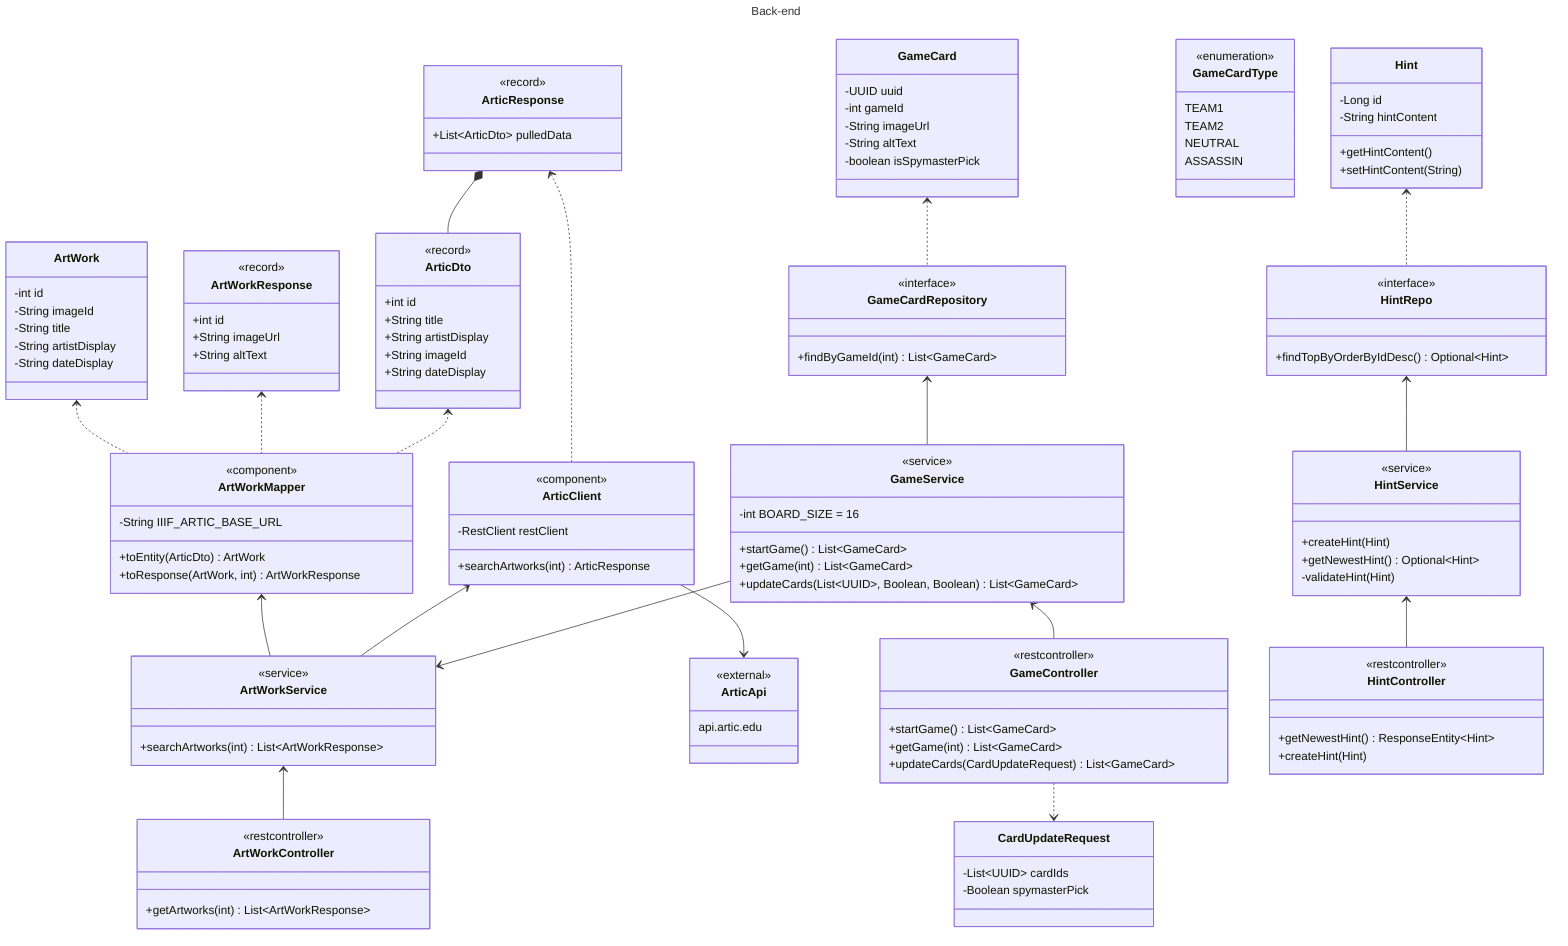
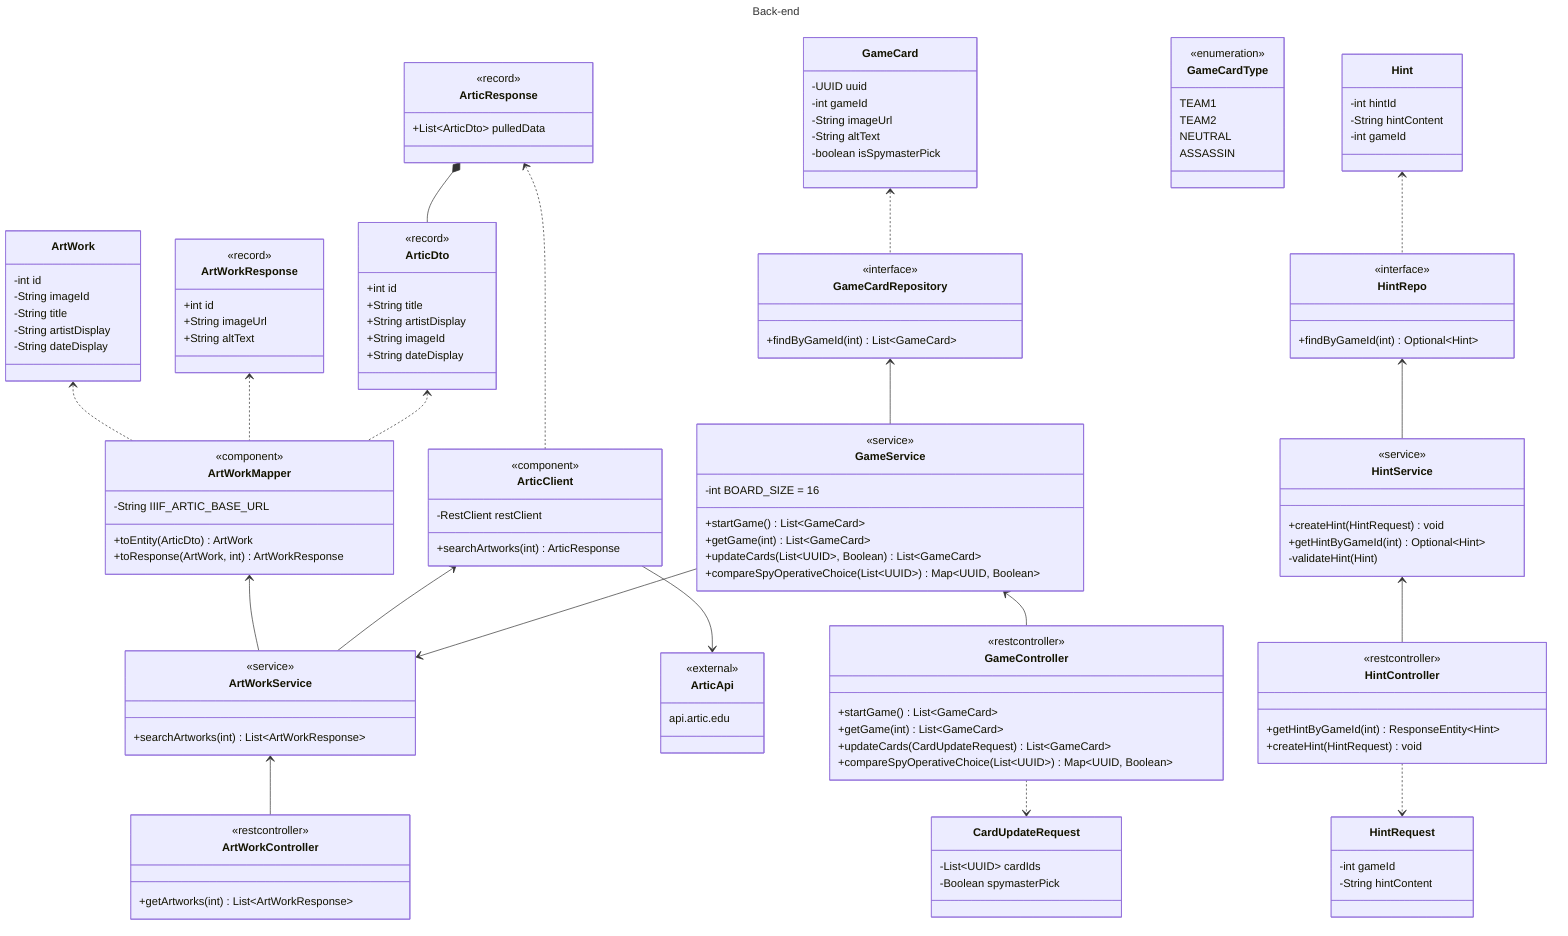
---
title: Back-end
---
classDiagram
-     %% Art package
+ %% Art package
    class ArtWork {
        -int id
        -String imageId
        -String title
        -String artistDisplay
        -String dateDisplay
    }

    class ArtWorkResponse {
        <<record>>
        +int id
        +String imageUrl
        +String altText
    }

    class ArticResponse {
        <<record>>
        +List~ArticDto~ pulledData
    }

    class ArticDto {
        <<record>>
        +int id
        +String title
        +String artistDisplay
        +String imageId
        +String dateDisplay
    }

    class ArtWorkMapper {
        <<component>>
        -String IIIF_ARTIC_BASE_URL
        +toEntity(ArticDto) ArtWork
        +toResponse(ArtWork, int) ArtWorkResponse
    }

    class ArtWorkService {
        <<service>>
        +searchArtworks(int) List~ArtWorkResponse~
    }

    class ArticClient {
        <<component>>
        -RestClient restClient
        +searchArtworks(int) ArticResponse
    }

    class ArticApi {
        <<external>>
        api.artic.edu
    }

    class ArtWorkController {
        <<restcontroller>>
        +getArtworks(int) List~ArtWorkResponse~
    }

    ArtWork <.. ArtWorkMapper
    ArtWorkResponse <.. ArtWorkMapper
    ArticResponse <.. ArticClient
    ArticResponse *-- ArticDto
    ArticDto <.. ArtWorkMapper
    ArtWorkMapper <-- ArtWorkService
    ArticClient <-- ArtWorkService
    ArtWorkService <-- ArtWorkController
    ArticClient --> ArticApi

-     %% Game package
+ %% Game package
    class GameCard {
        -UUID uuid
        -int gameId
        -String imageUrl
        -String altText
        -boolean isSpymasterPick
    }

    class GameCardType {
        <<enumeration>>
        TEAM1
        TEAM2
        NEUTRAL
        ASSASSIN
    }

- 
    class CardUpdateRequest {
        -List~UUID~ cardIds
        -Boolean spymasterPick
+     }
+ 
+     class HintRequest {
+         -int gameId
+         -String hintContent
    }

    class GameCardRepository {
        <<interface>>
        +findByGameId(int) List~GameCard~
    }

    class GameService {
        <<service>>
        -int BOARD_SIZE = 16
        +startGame() List~GameCard~
        +getGame(int) List~GameCard~
-         +updateCards(List~UUID~, Boolean, Boolean) List~GameCard~
+         +updateCards(List~UUID~, Boolean) List~GameCard~
+         +compareSpyOperativeChoice(List~UUID~) Map~UUID, Boolean~
    }

    class GameController {
        <<restcontroller>>
        +startGame() List~GameCard~
        +getGame(int) List~GameCard~
        +updateCards(CardUpdateRequest) List~GameCard~
+         +compareSpyOperativeChoice(List~UUID~) Map~UUID, Boolean~
    }

    class Hint {
-         -Long id
+         -int hintId
        -String hintContent
-         +getHintContent()
-         +setHintContent(String)
+         -int gameId
    }

    class HintRepo {
        <<interface>>
-         +findTopByOrderByIdDesc() Optional~Hint~
+         +findByGameId(int) Optional~Hint~
    }

    class HintService {
        <<service>>
-         +createHint(Hint)
-         +getNewestHint() Optional~Hint~
+         +createHint(HintRequest) void
+         +getHintByGameId(int) Optional~Hint~
        -validateHint(Hint)
    }

    class HintController {
        <<restcontroller>>
-         +getNewestHint() ResponseEntity~Hint~
-         +createHint(Hint)
+         +getHintByGameId(int) ResponseEntity~Hint~
+         +createHint(HintRequest) void
    }

    GameCard <.. GameCardRepository
    GameCardRepository <-- GameService
    GameService <-- GameController
    GameController ..> CardUpdateRequest
    GameService --> ArtWorkService

    Hint <.. HintRepo
    HintRepo <-- HintService
-     HintService <-- HintController+     HintService <-- HintController
+     HintController ..> HintRequest